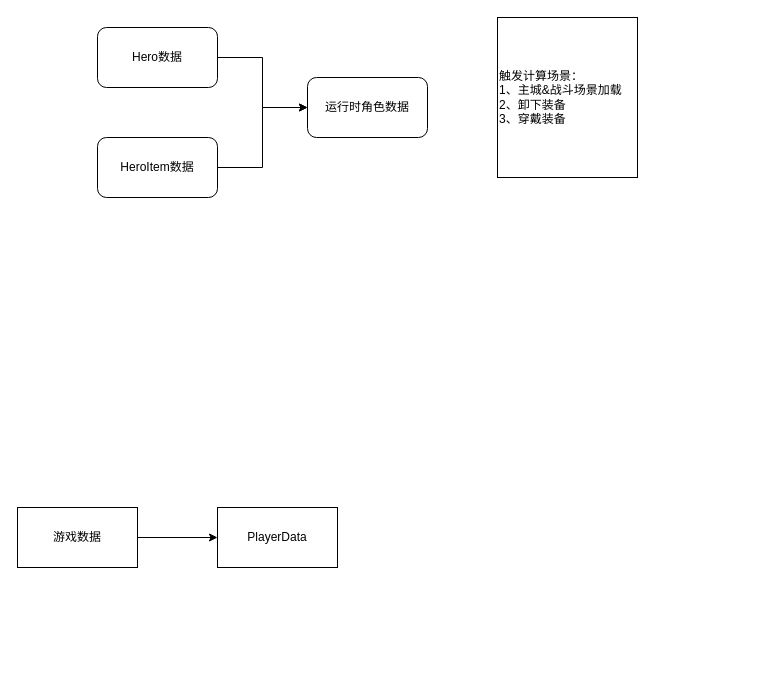
Earlier version of the draw.io diagram page "运行时数据" (3 of 3) of AttackFlow.drawio (baokang/Draw). Source tidied: cells renumbered, new cells numbered last; positions are measured from the earlier drawing's top-left corner, leaving out a move shared by most shapes. Both pictures are drawn from the tidied source at 100%, with x=0, y=0 at pixel (17, 17).
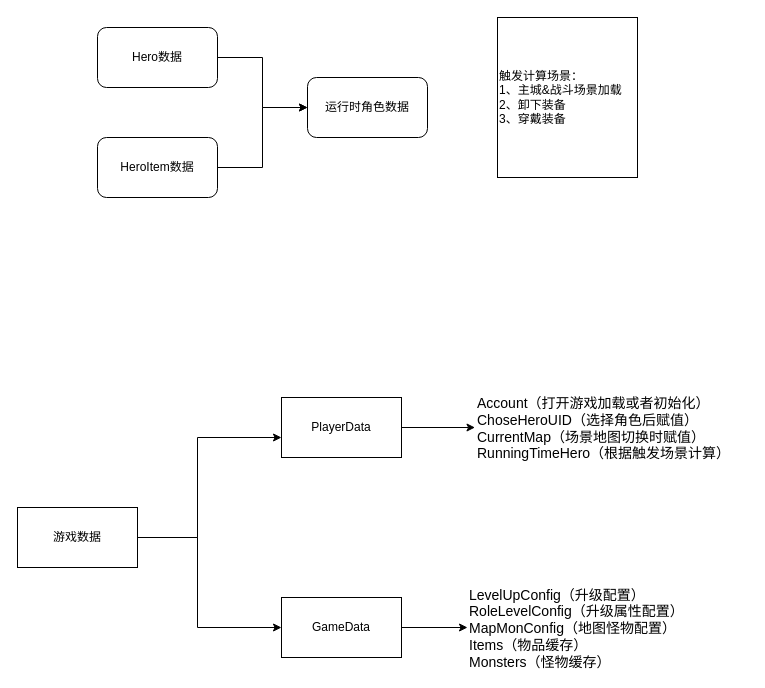
Above is the later version.

Unchanged cells that the change refers to:
```xml
<mxCell id="9" value="游戏数据" style="rounded=0;whiteSpace=wrap;html=1;" parent="1" vertex="1">
  <mxGeometry y="490" width="120" height="60" as="geometry" />
</mxCell>
```

Change to the diagram source:
```diff
@@
     <mxCell id="8" style="edgeStyle=orthogonalEdgeStyle;rounded=0;jettySize=auto;html=1;" parent="1" edge="1" source="9" target="10">
-      <mxGeometry relative="1" as="geometry" />
+      <mxGeometry relative="1" as="geometry">
+        <Array as="points">
+          <mxPoint x="180" y="520" />
+          <mxPoint x="180" y="420" />
+        </Array>
+      </mxGeometry>
     </mxCell>
+    <mxCell id="11" style="edgeStyle=orthogonalEdgeStyle;rounded=0;jettySize=auto;html=1;" parent="1" edge="1" source="9" target="14">
+      <mxGeometry relative="1" as="geometry">
+        <Array as="points">
+          <mxPoint x="180" y="520" />
+          <mxPoint x="180" y="610" />
+        </Array>
+      </mxGeometry>
+    </mxCell>
@@
+    <mxCell id="12" style="edgeStyle=orthogonalEdgeStyle;rounded=0;jettySize=auto;html=1;" parent="1" edge="1" source="10" target="15">
+      <mxGeometry relative="1" as="geometry" />
+    </mxCell>
     <mxCell id="10" value="PlayerData" style="rounded=0;whiteSpace=wrap;html=1;" parent="1" vertex="1">
-      <mxGeometry x="200" y="490" width="120" height="60" as="geometry" />
+      <mxGeometry x="264" y="380" width="120" height="60" as="geometry" />
     </mxCell>
+    <mxCell id="13" style="edgeStyle=orthogonalEdgeStyle;rounded=0;jettySize=auto;html=1;" parent="1" edge="1" source="14" target="16">
+      <mxGeometry relative="1" as="geometry" />
+    </mxCell>
+    <mxCell id="14" value="GameData" style="rounded=0;whiteSpace=wrap;html=1;" parent="1" vertex="1">
+      <mxGeometry x="264" y="580" width="120" height="60" as="geometry" />
+    </mxCell>
+    <mxCell id="15" value="Account（打开游戏加载或者初始化）&lt;br style=&quot;font-size: 14px;&quot;&gt;ChoseHeroUID（选择角色后赋值）&lt;br style=&quot;font-size: 14px;&quot;&gt;CurrentMap（场景地图切换时赋值）&lt;br style=&quot;font-size: 14px;&quot;&gt;RunningTimeHero（根据触发场景计算）" style="text;html=1;strokeColor=none;fillColor=none;align=left;verticalAlign=middle;whiteSpace=wrap;rounded=0;spacingTop=2;spacingBottom=0;fontSize=14;" parent="1" vertex="1">
+      <mxGeometry x="457.5" y="370" width="272.5" height="80" as="geometry" />
+    </mxCell>
+    <mxCell id="16" value="LevelUpConfig（升级配置）&lt;br&gt;RoleLevelConfig（升级属性配置）&lt;br&gt;MapMonConfig（地图怪物配置）&lt;br&gt;Items（物品缓存）&lt;br&gt;Monsters（怪物缓存）" style="text;html=1;strokeColor=none;fillColor=none;align=left;verticalAlign=middle;whiteSpace=wrap;rounded=0;spacingTop=2;spacingBottom=0;fontSize=14;" parent="1" vertex="1">
+      <mxGeometry x="450" y="570" width="280" height="80" as="geometry" />
+    </mxCell>
```
